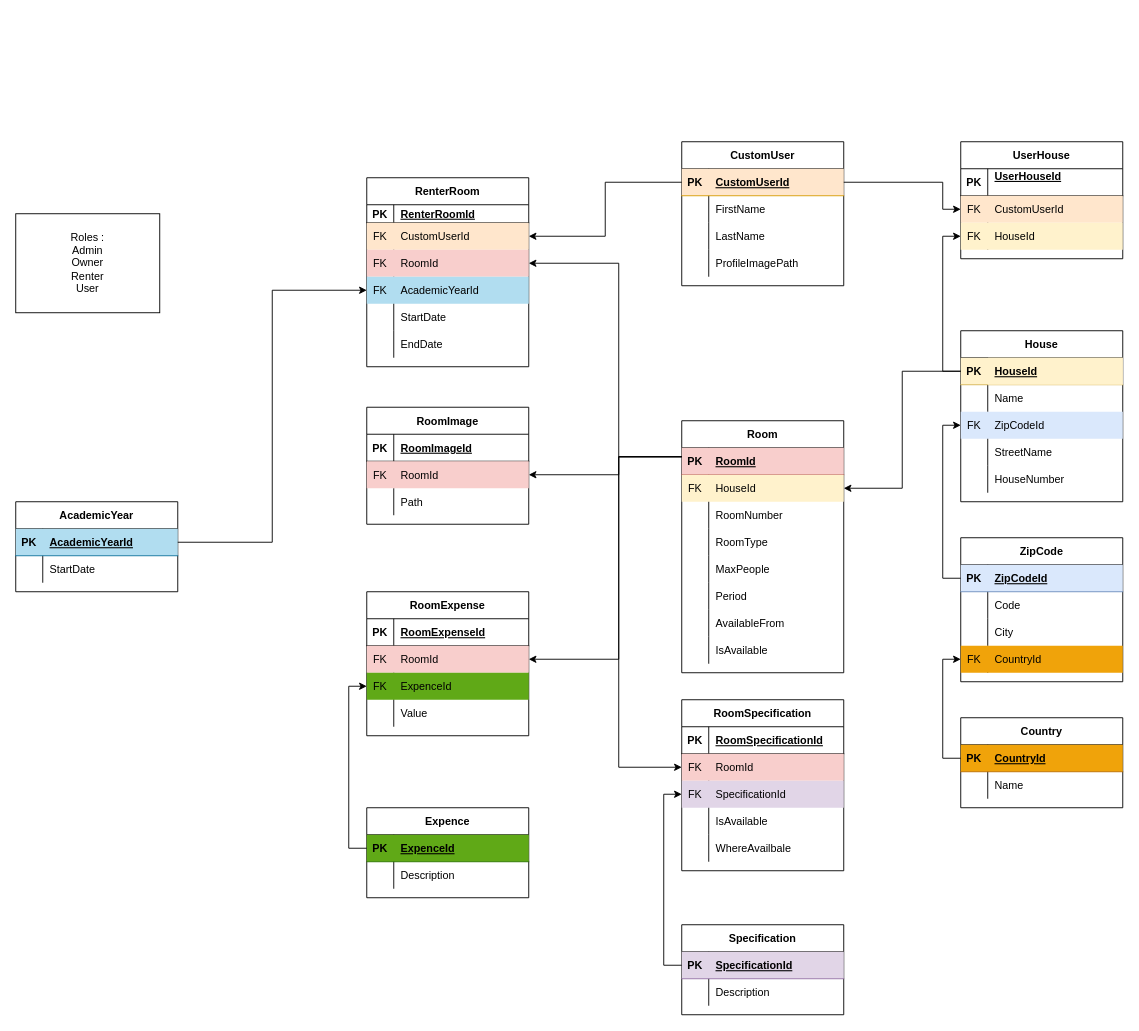
Above: skyko.drawio in Bakkar1/skykot (draw.io), before the change. Source tidied: cells renumbered, new cells numbered last; positions are measured from the earlier drawing's top-left corner, leaving out a move shared by most shapes. Both pictures are drawn from the tidied source at 90%, with x=0, y=0 at pixel (15, 141).
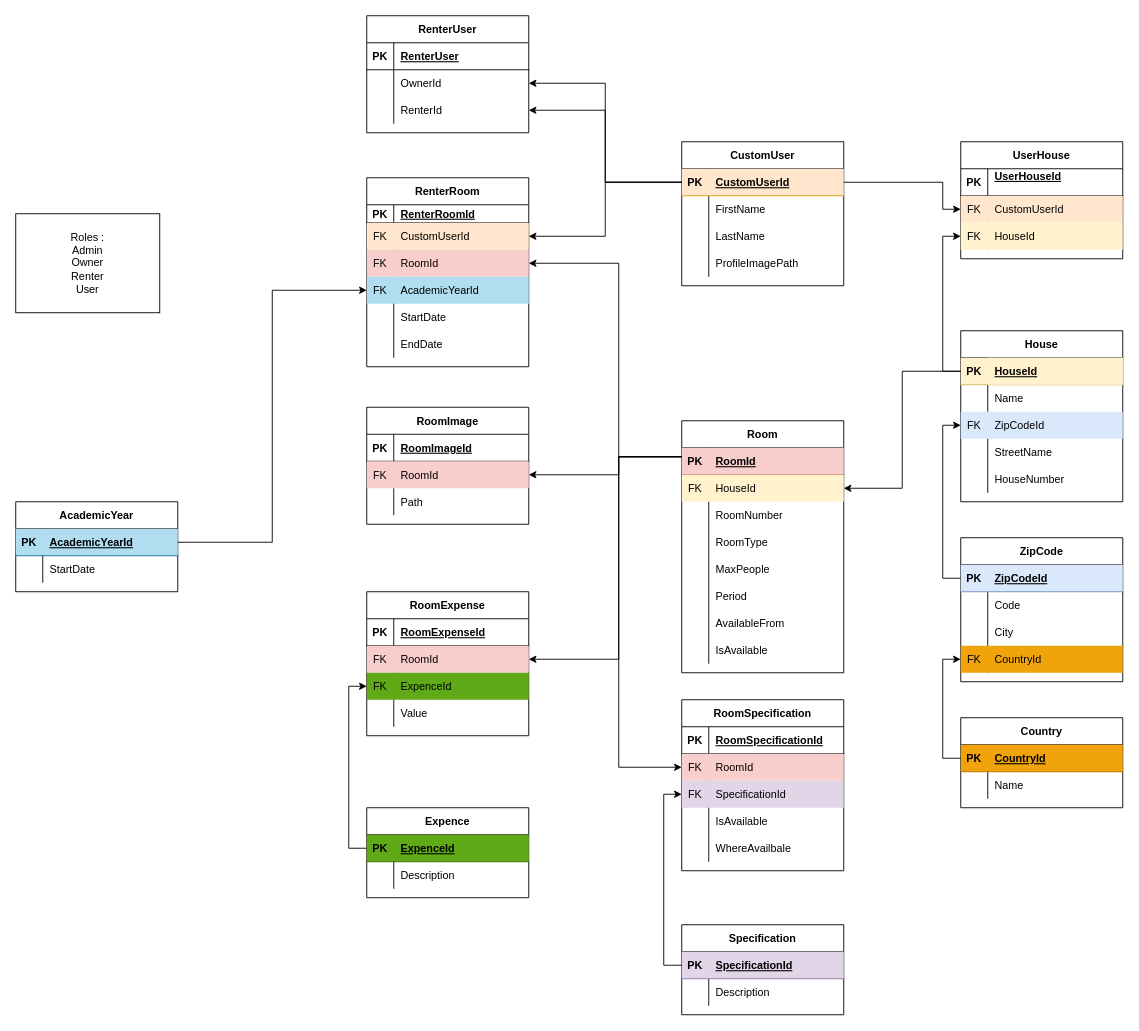
The same diagram, later.

Unchanged cells that the change refers to:
```xml
<mxCell id="3" style="shape=tableRow;horizontal=0;startSize=0;swimlaneHead=0;swimlaneBody=0;fillColor=#ffe6cc;points=[[0,0.5],[1,0.5]];portConstraint=eastwest;top=0;left=0;right=0;bottom=1;strokeColor=#d79b00;" parent="2" vertex="1">
  <mxGeometry y="30" width="180" height="30" as="geometry" />
</mxCell>
```

The edit, as a diff of the source:
```diff
@@
+    <mxCell id="179" value="RenterUser" style="shape=table;startSize=30;childLayout=tableLayout;rowLines=0;fontStyle=1;align=center;" parent="1" vertex="1">
+      <mxGeometry x="390" y="-140" width="180" height="130" as="geometry" />
+    </mxCell>
+    <mxCell id="180" style="shape=tableRow;horizontal=0;startSize=0;swimlaneHead=0;swimlaneBody=0;fillColor=none;top=0;left=0;right=0;bottom=1;" parent="179" vertex="1">
+      <mxGeometry y="30" width="180" height="30" as="geometry" />
+    </mxCell>
+    <mxCell id="181" value="PK" style="shape=partialRectangle;fillColor=none;top=0;left=0;bottom=0;right=0;fontStyle=1;overflow=hidden;" parent="180" vertex="1">
+      <mxGeometry width="30" height="30" as="geometry" />
+    </mxCell>
+    <mxCell id="182" value="RenterUser" style="shape=partialRectangle;fillColor=none;top=0;left=0;bottom=0;right=0;align=left;spacingLeft=6;fontStyle=5;overflow=hidden;" parent="180" vertex="1">
+      <mxGeometry x="30" width="150" height="30" as="geometry" />
+    </mxCell>
+    <mxCell id="183" style="shape=tableRow;horizontal=0;startSize=0;swimlaneHead=0;swimlaneBody=0;fillColor=none;points=[[0,0.5],[1,0.5]];portConstraint=eastwest;top=0;left=0;right=0;bottom=0;" parent="179" vertex="1">
+      <mxGeometry y="60" width="180" height="30" as="geometry" />
+    </mxCell>
+    <mxCell id="184" style="shape=partialRectangle;fillColor=none;top=0;left=0;bottom=0;right=0;overflow=hidden;" parent="183" vertex="1">
+      <mxGeometry width="30" height="30" as="geometry" />
+    </mxCell>
+    <mxCell id="185" value="OwnerId" style="shape=partialRectangle;fillColor=none;top=0;left=0;bottom=0;right=0;align=left;spacingLeft=6;overflow=hidden;" parent="183" vertex="1">
+      <mxGeometry x="30" width="150" height="30" as="geometry" />
+    </mxCell>
+    <mxCell id="186" style="shape=tableRow;horizontal=0;startSize=0;swimlaneHead=0;swimlaneBody=0;fillColor=none;points=[[0,0.5],[1,0.5]];portConstraint=eastwest;top=0;left=0;right=0;bottom=0;" parent="179" vertex="1">
+      <mxGeometry y="90" width="180" height="30" as="geometry" />
+    </mxCell>
+    <mxCell id="187" style="shape=partialRectangle;fillColor=none;top=0;left=0;bottom=0;right=0;overflow=hidden;" parent="186" vertex="1">
+      <mxGeometry width="30" height="30" as="geometry" />
+    </mxCell>
+    <mxCell id="188" value="RenterId" style="shape=partialRectangle;fillColor=none;top=0;left=0;bottom=0;right=0;align=left;spacingLeft=6;overflow=hidden;" parent="186" vertex="1">
+      <mxGeometry x="30" width="150" height="30" as="geometry" />
+    </mxCell>
+    <mxCell id="189" style="edgeStyle=orthogonalEdgeStyle;rounded=0;jettySize=auto;html=1;" parent="1" edge="1" source="3" target="183">
+      <mxGeometry relative="1" as="geometry" />
+    </mxCell>
+    <mxCell id="190" style="edgeStyle=orthogonalEdgeStyle;rounded=0;jettySize=auto;html=1;entryX=1;entryY=0.5;entryDx=0;entryDy=0;" parent="1" edge="1" source="3" target="186">
+      <mxGeometry relative="1" as="geometry" />
+    </mxCell>
```
